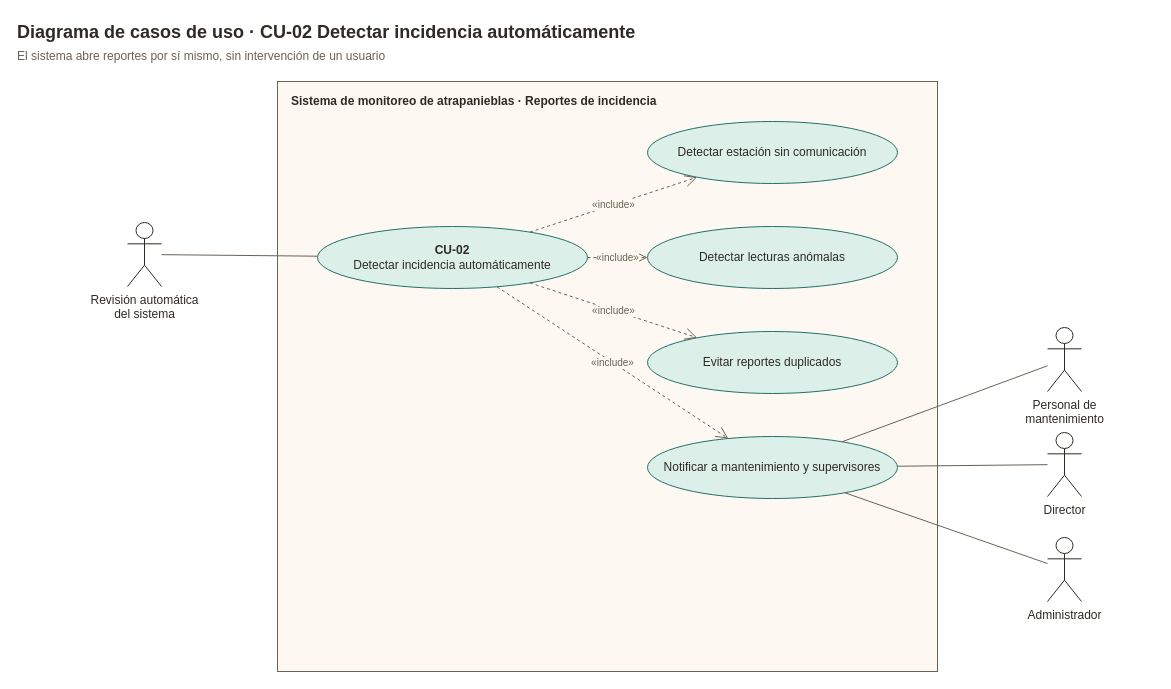
Above: page "CU-02 · Casos de uso" (3 of 22) of docs/diagramas/procesos.drawio in ruper932/integrador (draw.io), before the change. Source tidied: cells renumbered, new cells numbered last; positions are measured from the earlier drawing's top-left corner, leaving out a move shared by most shapes. Both pictures are drawn from the tidied source at 100%, with x=0, y=0 at pixel (17, 17).
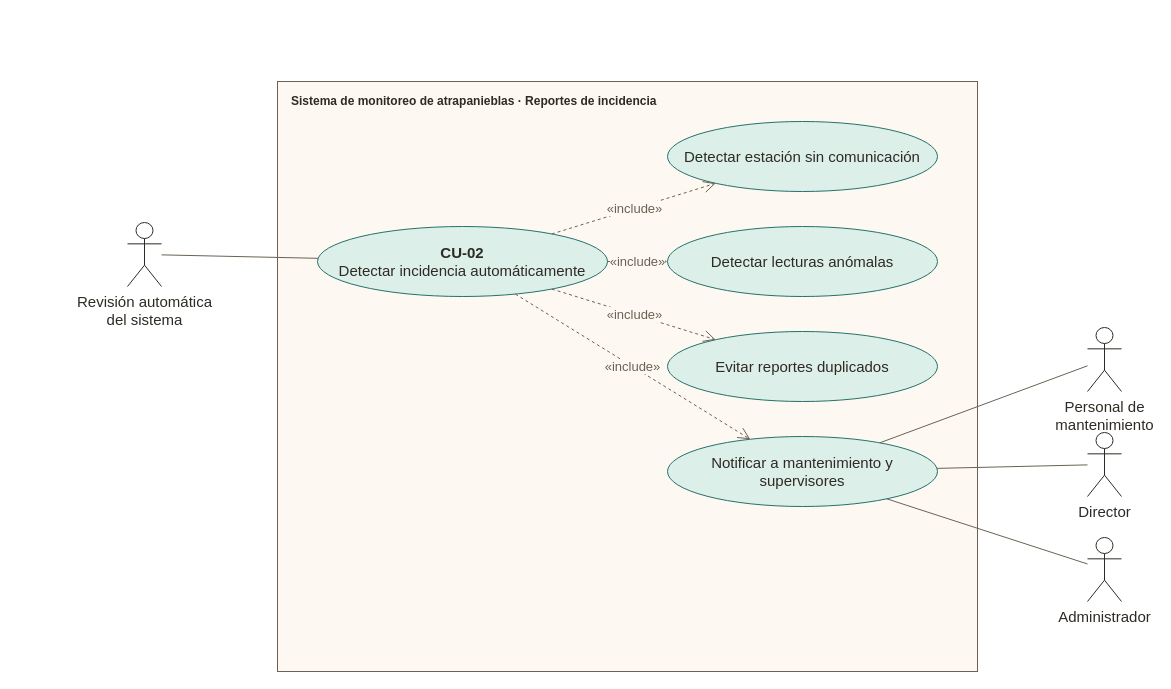
Above is the later version.

Change to the diagram source:
```diff
@@
-    <mxCell id="2" value="&lt;b&gt;Diagrama de casos de uso · CU-02 Detectar incidencia automáticamente&lt;/b&gt;&lt;br&gt;&lt;span style=&quot;font-size:12px;color:#6b6155&quot;&gt;El sistema abre reportes por sí mismo, sin intervención de un usuario&lt;/span&gt;" style="text;html=1;align=left;verticalAlign=top;spacing=0;whiteSpace=wrap;fontFamily=Helvetica;fontSize=12;fontColor=#2f2a24;fontSize=18;" parent="1" vertex="1">
-      <mxGeometry width="1000" height="50" as="geometry" />
+    <mxCell id="2" value="&lt;b&gt;Sistema de monitoreo de atrapanieblas · Reportes de incidencia&lt;/b&gt;" style="rounded=0;whiteSpace=wrap;html=1;verticalAlign=top;align=left;spacingLeft=12;spacingTop=6;fillColor=#fdf9f2;strokeColor=#6b6155;fontFamily=Helvetica;fontSize=12;fontColor=#2f2a24;" parent="1" vertex="1">
+      <mxGeometry x="260" y="64" width="700" height="590" as="geometry" />
     </mxCell>
-    <mxCell id="3" value="&lt;b&gt;Sistema de monitoreo de atrapanieblas · Reportes de incidencia&lt;/b&gt;" style="rounded=0;whiteSpace=wrap;html=1;verticalAlign=top;align=left;spacingLeft=12;spacingTop=6;fillColor=#fdf9f2;strokeColor=#6b6155;fontFamily=Helvetica;fontSize=12;fontColor=#2f2a24;" parent="1" vertex="1">
-      <mxGeometry x="260" y="64" width="660" height="590" as="geometry" />
+    <mxCell id="3" value="&lt;b&gt;CU-02&lt;/b&gt;&lt;br&gt;Detectar incidencia automáticamente" style="ellipse;whiteSpace=wrap;html=1;fillColor=#dcefe9;strokeColor=#26716a;fontFamily=Helvetica;fontSize=12;fontColor=#2f2a24;fontSize=15;" parent="1" vertex="1">
+      <mxGeometry x="300" y="209" width="290" height="70" as="geometry" />
     </mxCell>
-    <mxCell id="4" value="&lt;b&gt;CU-02&lt;/b&gt;&lt;br&gt;Detectar incidencia automáticamente" style="ellipse;whiteSpace=wrap;html=1;fillColor=#dcefe9;strokeColor=#26716a;fontFamily=Helvetica;fontSize=12;fontColor=#2f2a24;" parent="1" vertex="1">
-      <mxGeometry x="300" y="209" width="270" height="62" as="geometry" />
+    <mxCell id="4" value="Detectar estación sin comunicación" style="ellipse;whiteSpace=wrap;html=1;fillColor=#dcefe9;strokeColor=#26716a;fontFamily=Helvetica;fontSize=12;fontColor=#2f2a24;fontSize=15;" parent="1" vertex="1">
+      <mxGeometry x="650" y="104" width="270" height="70" as="geometry" />
     </mxCell>
-    <mxCell id="5" value="Detectar estación sin comunicación" style="ellipse;whiteSpace=wrap;html=1;fillColor=#dcefe9;strokeColor=#26716a;fontFamily=Helvetica;fontSize=12;fontColor=#2f2a24;" parent="1" vertex="1">
-      <mxGeometry x="630" y="104" width="250" height="62" as="geometry" />
+    <mxCell id="5" value="Detectar lecturas anómalas" style="ellipse;whiteSpace=wrap;html=1;fillColor=#dcefe9;strokeColor=#26716a;fontFamily=Helvetica;fontSize=12;fontColor=#2f2a24;fontSize=15;" parent="1" vertex="1">
+      <mxGeometry x="650" y="209" width="270" height="70" as="geometry" />
     </mxCell>
-    <mxCell id="6" value="Detectar lecturas anómalas" style="ellipse;whiteSpace=wrap;html=1;fillColor=#dcefe9;strokeColor=#26716a;fontFamily=Helvetica;fontSize=12;fontColor=#2f2a24;" parent="1" vertex="1">
-      <mxGeometry x="630" y="209" width="250" height="62" as="geometry" />
+    <mxCell id="6" value="Evitar reportes duplicados" style="ellipse;whiteSpace=wrap;html=1;fillColor=#dcefe9;strokeColor=#26716a;fontFamily=Helvetica;fontSize=12;fontColor=#2f2a24;fontSize=15;" parent="1" vertex="1">
+      <mxGeometry x="650" y="314" width="270" height="70" as="geometry" />
     </mxCell>
-    <mxCell id="7" value="Evitar reportes duplicados" style="ellipse;whiteSpace=wrap;html=1;fillColor=#dcefe9;strokeColor=#26716a;fontFamily=Helvetica;fontSize=12;fontColor=#2f2a24;" parent="1" vertex="1">
-      <mxGeometry x="630" y="314" width="250" height="62" as="geometry" />
+    <mxCell id="7" value="Notificar a mantenimiento y supervisores" style="ellipse;whiteSpace=wrap;html=1;fillColor=#dcefe9;strokeColor=#26716a;fontFamily=Helvetica;fontSize=12;fontColor=#2f2a24;fontSize=15;" parent="1" vertex="1">
+      <mxGeometry x="650" y="419" width="270" height="70" as="geometry" />
     </mxCell>
-    <mxCell id="8" value="Notificar a mantenimiento y supervisores" style="ellipse;whiteSpace=wrap;html=1;fillColor=#dcefe9;strokeColor=#26716a;fontFamily=Helvetica;fontSize=12;fontColor=#2f2a24;" parent="1" vertex="1">
-      <mxGeometry x="630" y="419" width="250" height="62" as="geometry" />
+    <mxCell id="8" value="Revisión automática&lt;br&gt;del sistema" style="shape=umlActor;verticalLabelPosition=bottom;verticalAlign=top;html=1;outlineConnect=0;strokeColor=#2f2a24;fillColor=#ffffff;fontFamily=Helvetica;fontSize=12;fontColor=#2f2a24;fontSize=15;" parent="1" vertex="1">
+      <mxGeometry x="110" y="205" width="34" height="64" as="geometry" />
     </mxCell>
-    <mxCell id="9" value="Revisión automática&lt;br&gt;del sistema" style="shape=umlActor;verticalLabelPosition=bottom;verticalAlign=top;html=1;outlineConnect=0;strokeColor=#2f2a24;fillColor=#ffffff;fontFamily=Helvetica;fontSize=12;fontColor=#2f2a24;" parent="1" vertex="1">
-      <mxGeometry x="110" y="205" width="34" height="64" as="geometry" />
+    <mxCell id="9" value="Personal de&lt;br&gt;mantenimiento" style="shape=umlActor;verticalLabelPosition=bottom;verticalAlign=top;html=1;outlineConnect=0;strokeColor=#2f2a24;fillColor=#ffffff;fontFamily=Helvetica;fontSize=12;fontColor=#2f2a24;fontSize=15;" parent="1" vertex="1">
+      <mxGeometry x="1070" y="310" width="34" height="64" as="geometry" />
     </mxCell>
-    <mxCell id="10" value="Personal de&lt;br&gt;mantenimiento" style="shape=umlActor;verticalLabelPosition=bottom;verticalAlign=top;html=1;outlineConnect=0;strokeColor=#2f2a24;fillColor=#ffffff;fontFamily=Helvetica;fontSize=12;fontColor=#2f2a24;" parent="1" vertex="1">
-      <mxGeometry x="1030" y="310" width="34" height="64" as="geometry" />
+    <mxCell id="10" value="Director" style="shape=umlActor;verticalLabelPosition=bottom;verticalAlign=top;html=1;outlineConnect=0;strokeColor=#2f2a24;fillColor=#ffffff;fontFamily=Helvetica;fontSize=12;fontColor=#2f2a24;fontSize=15;" parent="1" vertex="1">
+      <mxGeometry x="1070" y="415" width="34" height="64" as="geometry" />
     </mxCell>
-    <mxCell id="11" value="Director" style="shape=umlActor;verticalLabelPosition=bottom;verticalAlign=top;html=1;outlineConnect=0;strokeColor=#2f2a24;fillColor=#ffffff;fontFamily=Helvetica;fontSize=12;fontColor=#2f2a24;" parent="1" vertex="1">
-      <mxGeometry x="1030" y="415" width="34" height="64" as="geometry" />
+    <mxCell id="11" value="Administrador" style="shape=umlActor;verticalLabelPosition=bottom;verticalAlign=top;html=1;outlineConnect=0;strokeColor=#2f2a24;fillColor=#ffffff;fontFamily=Helvetica;fontSize=12;fontColor=#2f2a24;fontSize=15;" parent="1" vertex="1">
+      <mxGeometry x="1070" y="520" width="34" height="64" as="geometry" />
     </mxCell>
-    <mxCell id="12" value="Administrador" style="shape=umlActor;verticalLabelPosition=bottom;verticalAlign=top;html=1;outlineConnect=0;strokeColor=#2f2a24;fillColor=#ffffff;fontFamily=Helvetica;fontSize=12;fontColor=#2f2a24;" parent="1" vertex="1">
-      <mxGeometry x="1030" y="520" width="34" height="64" as="geometry" />
-    </mxCell>
+    <mxCell id="21" style="html=1;endArrow=none;strokeColor=#6b6155;" parent="1" edge="1" source="8" target="3">
+      <mxGeometry relative="1" as="geometry" />
+    </mxCell>
-    <mxCell id="13" style="html=1;endArrow=none;strokeColor=#6b6155;" parent="1" edge="1" source="9" target="4">
+    <mxCell id="13" style="html=1;endArrow=none;strokeColor=#6b6155;" parent="1" edge="1" source="9" target="7">
       <mxGeometry relative="1" as="geometry" />
     </mxCell>
-    <mxCell id="14" style="html=1;endArrow=none;strokeColor=#6b6155;" parent="1" edge="1" source="10" target="8">
+    <mxCell id="14" style="html=1;endArrow=none;strokeColor=#6b6155;" parent="1" edge="1" source="10" target="7">
       <mxGeometry relative="1" as="geometry" />
     </mxCell>
-    <mxCell id="15" style="html=1;endArrow=none;strokeColor=#6b6155;" parent="1" edge="1" source="11" target="8">
+    <mxCell id="15" style="html=1;endArrow=none;strokeColor=#6b6155;" parent="1" edge="1" source="11" target="7">
       <mxGeometry relative="1" as="geometry" />
     </mxCell>
-    <mxCell id="16" style="html=1;endArrow=none;strokeColor=#6b6155;" parent="1" edge="1" source="12" target="8">
+    <mxCell id="16" value="«include»" style="html=1;dashed=1;endArrow=open;endSize=10;strokeColor=#6b6155;fontFamily=Helvetica;fontSize=12;fontColor=#2f2a24;fontSize=13;fontColor=#6b6155;labelBackgroundColor=#fdf9f2;" parent="1" edge="1" source="3" target="4">
       <mxGeometry relative="1" as="geometry" />
     </mxCell>
-    <mxCell id="17" value="«include»" style="html=1;dashed=1;endArrow=open;endSize=10;strokeColor=#6b6155;fontFamily=Helvetica;fontSize=12;fontColor=#2f2a24;fontSize=10;fontColor=#6b6155;labelBackgroundColor=#fdf9f2;" parent="1" edge="1" source="4" target="5">
+    <mxCell id="17" value="«include»" style="html=1;dashed=1;endArrow=open;endSize=10;strokeColor=#6b6155;fontFamily=Helvetica;fontSize=12;fontColor=#2f2a24;fontSize=13;fontColor=#6b6155;labelBackgroundColor=#fdf9f2;" parent="1" edge="1" source="3" target="5">
       <mxGeometry relative="1" as="geometry" />
     </mxCell>
-    <mxCell id="18" value="«include»" style="html=1;dashed=1;endArrow=open;endSize=10;strokeColor=#6b6155;fontFamily=Helvetica;fontSize=12;fontColor=#2f2a24;fontSize=10;fontColor=#6b6155;labelBackgroundColor=#fdf9f2;" parent="1" edge="1" source="4" target="6">
+    <mxCell id="18" value="«include»" style="html=1;dashed=1;endArrow=open;endSize=10;strokeColor=#6b6155;fontFamily=Helvetica;fontSize=12;fontColor=#2f2a24;fontSize=13;fontColor=#6b6155;labelBackgroundColor=#fdf9f2;" parent="1" edge="1" source="3" target="6">
       <mxGeometry relative="1" as="geometry" />
     </mxCell>
-    <mxCell id="19" value="«include»" style="html=1;dashed=1;endArrow=open;endSize=10;strokeColor=#6b6155;fontFamily=Helvetica;fontSize=12;fontColor=#2f2a24;fontSize=10;fontColor=#6b6155;labelBackgroundColor=#fdf9f2;" parent="1" edge="1" source="4" target="7">
+    <mxCell id="19" value="«include»" style="html=1;dashed=1;endArrow=open;endSize=10;strokeColor=#6b6155;fontFamily=Helvetica;fontSize=12;fontColor=#2f2a24;fontSize=13;fontColor=#6b6155;labelBackgroundColor=#fdf9f2;" parent="1" edge="1" source="3" target="7">
       <mxGeometry relative="1" as="geometry" />
     </mxCell>
-    <mxCell id="20" value="«include»" style="html=1;dashed=1;endArrow=open;endSize=10;strokeColor=#6b6155;fontFamily=Helvetica;fontSize=12;fontColor=#2f2a24;fontSize=10;fontColor=#6b6155;labelBackgroundColor=#fdf9f2;" parent="1" edge="1" source="4" target="8">
-      <mxGeometry relative="1" as="geometry" />
-    </mxCell>
```
